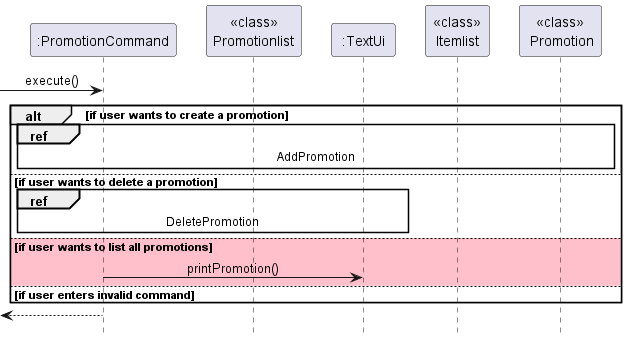
Before: docs/Diagrams/Images/Promotion/Promotion_SequenceDigram.png, a diagram exported from PlantUML (LowTL/tp). Source of this version:
```plantuml
@startuml
!include ../Style.puml

participant ":PromotionCommand" as PromotionCommand
participant "<<class>>\nPromotionlist" as PromotionList
participant ":TextUi" as TextUi
participant "<<class>>\nItemlist" as Itemlist
participant "<<class>>\n Promotion" as Promotion


-> PromotionCommand: execute()

alt if user wants to create a promotion
    ref over PromotionCommand, PromotionList, Itemlist, Promotion, TextUi : AddPromotion
else if user wants to delete a promotion
    ref over PromotionCommand, PromotionList, TextUi : DeletePromotion
else #Pink if user wants to list all promotions
    PromotionCommand -> TextUi: printPromotion()
else if user enters invalid command
end

<-- PromotionCommand

hide footbox
@enduml
```
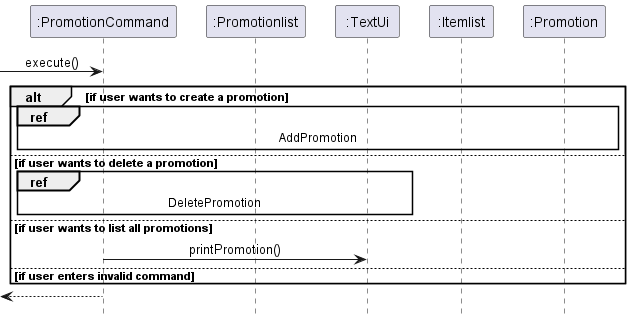
Above is the later version.

The edit, as a diff of the source:
```diff
@@ -2,10 +2,10 @@
 !include ../Style.puml
 
 participant ":PromotionCommand" as PromotionCommand
-participant "<<class>>\nPromotionlist" as PromotionList
+participant ":Promotionlist" as PromotionList
 participant ":TextUi" as TextUi
-participant "<<class>>\nItemlist" as Itemlist
-participant "<<class>>\n Promotion" as Promotion
+participant ":Itemlist" as Itemlist
+participant ":Promotion" as Promotion
 
 
 -> PromotionCommand: execute()
@@ -14,7 +14,7 @@
     ref over PromotionCommand, PromotionList, Itemlist, Promotion, TextUi : AddPromotion
 else if user wants to delete a promotion
     ref over PromotionCommand, PromotionList, TextUi : DeletePromotion
-else #Pink if user wants to list all promotions
+else if user wants to list all promotions
     PromotionCommand -> TextUi: printPromotion()
 else if user enters invalid command
 end
```
